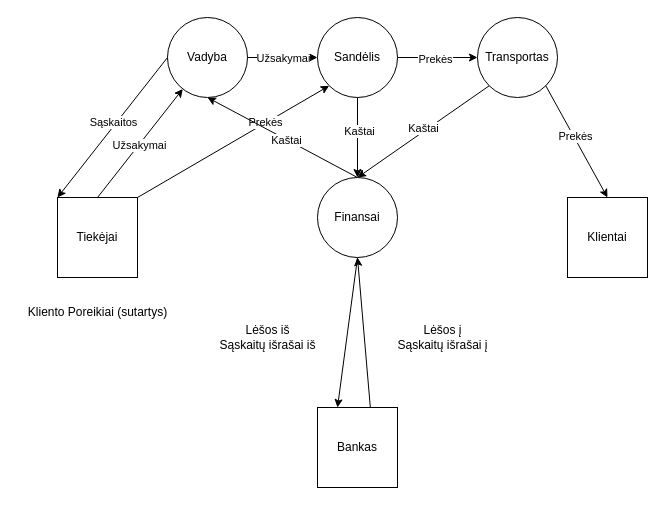
D0mazo/Studijos keeps this draw.io diagram as page "Nulinis Lygis" (2 of 4) of Untitled Diagram.drawio. Above is the earlier version. Source tidied: cells renumbered, new cells numbered last; positions are measured from the earlier drawing's top-left corner, leaving out a move shared by most shapes. Both pictures are drawn from the tidied source at 100%, with x=0, y=0 at pixel (17, 17).
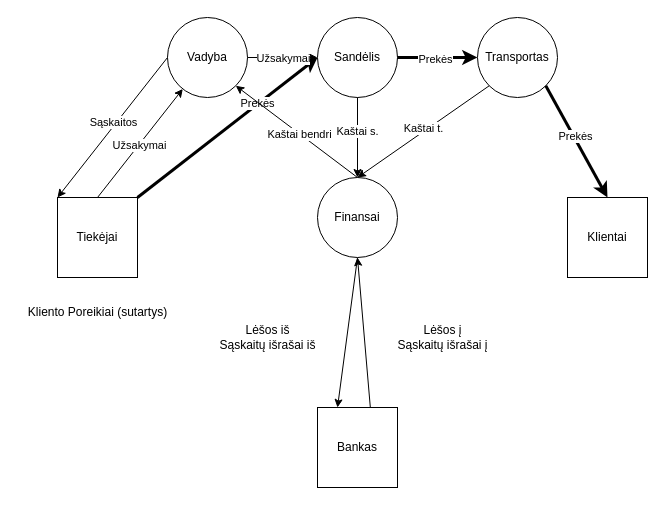
The same diagram, later.

Unchanged cells that the change refers to:
```xml
<mxCell id="2" value="Klientai" style="whiteSpace=wrap;html=1;" parent="1" vertex="1">
  <mxGeometry x="550" y="180" width="80" height="80" as="geometry" />
</mxCell>
<mxCell id="3" value="Tiekėjai" style="whiteSpace=wrap;html=1;" parent="1" vertex="1">
  <mxGeometry x="40" y="180" width="80" height="80" as="geometry" />
</mxCell>
<mxCell id="10" value="Vadyba" style="ellipse;whiteSpace=wrap;html=1;" parent="1" vertex="1">
  <mxGeometry x="150" width="80" height="80" as="geometry" />
</mxCell>
<mxCell id="13" value="Sandėlis" style="ellipse;whiteSpace=wrap;html=1;" parent="1" vertex="1">
  <mxGeometry x="300" width="80" height="80" as="geometry" />
</mxCell>
<mxCell id="16" value="Transportas" style="ellipse;whiteSpace=wrap;html=1;" parent="1" vertex="1">
  <mxGeometry x="460" width="80" height="80" as="geometry" />
</mxCell>
<mxCell id="25" value="Finansai" style="ellipse;whiteSpace=wrap;html=1;" parent="1" vertex="1">
  <mxGeometry x="300" y="160" width="80" height="80" as="geometry" />
</mxCell>
<mxCell id="26" style="endArrow=classic;html=1;rounded=0;exitX=0;exitY=1;exitDx=0;exitDy=0;entryX=0.5;entryY=0;entryDx=0;entryDy=0;" parent="1" edge="1" source="16" target="25">
  <mxGeometry relative="1" as="geometry" />
</mxCell>
<mxCell id="28" style="endArrow=classic;html=1;rounded=0;exitX=0.5;exitY=1;exitDx=0;exitDy=0;" parent="1" edge="1" source="13">
  <mxGeometry relative="1" as="geometry">
    <mxPoint x="340" y="160" as="targetPoint" />
  </mxGeometry>
</mxCell>
```

The edit, as a diff of the source:
```diff
@@
-    <mxCell id="14" style="endArrow=classic;html=1;rounded=0;exitX=1;exitY=0;exitDx=0;exitDy=0;entryX=0;entryY=1;entryDx=0;entryDy=0;" parent="1" edge="1" source="3" target="13">
+    <mxCell id="14" style="endArrow=classic;html=1;rounded=0;exitX=1;exitY=0;exitDx=0;exitDy=0;entryX=0;entryY=0.5;entryDx=0;entryDy=0;startSize=6;strokeWidth=3;" parent="1" edge="1" source="3" target="13">
       <mxGeometry relative="1" as="geometry" />
     </mxCell>
@@
-    <mxCell id="17" style="endArrow=classic;html=1;rounded=0;exitX=1;exitY=0.5;exitDx=0;exitDy=0;entryX=0;entryY=0.5;entryDx=0;entryDy=0;" parent="1" edge="1" source="13" target="16">
+    <mxCell id="17" style="endArrow=classic;html=1;rounded=0;exitX=1;exitY=0.5;exitDx=0;exitDy=0;entryX=0;entryY=0.5;entryDx=0;entryDy=0;strokeWidth=3;" parent="1" edge="1" source="13" target="16">
       <mxGeometry relative="1" as="geometry" />
     </mxCell>
@@
-    <mxCell id="19" style="endArrow=classic;html=1;rounded=0;exitX=1;exitY=1;exitDx=0;exitDy=0;entryX=0.5;entryY=0;entryDx=0;entryDy=0;" parent="1" edge="1" source="16" target="2">
+    <mxCell id="19" style="endArrow=classic;html=1;rounded=0;exitX=1;exitY=1;exitDx=0;exitDy=0;entryX=0.5;entryY=0;entryDx=0;entryDy=0;strokeWidth=3;" parent="1" edge="1" source="16" target="2">
       <mxGeometry relative="1" as="geometry" />
     </mxCell>
@@
-    <mxCell id="27" value="Kaštai" style="edgeLabel;html=1;align=center;verticalAlign=middle;" parent="26" vertex="1">
+    <mxCell id="27" value="Kaštai t." style="edgeLabel;html=1;align=center;verticalAlign=middle;" parent="26" vertex="1">
       <mxGeometry x="-0.01" y="-3" relative="1" as="geometry" />
     </mxCell>
@@
-    <mxCell id="29" value="Kaštai" style="edgeLabel;html=1;align=center;verticalAlign=middle;" parent="28" vertex="1">
-      <mxGeometry x="-0.18" y="1" relative="1" as="geometry" />
+    <mxCell id="29" value="Kaštai s." style="edgeLabel;html=1;align=center;verticalAlign=middle;" parent="28" vertex="1">
+      <mxGeometry x="-0.18" y="1" relative="1" as="geometry">
+        <mxPoint x="-2" as="offset" />
+      </mxGeometry>
     </mxCell>
-    <mxCell id="30" style="endArrow=classic;html=1;rounded=0;exitX=0.5;exitY=0;exitDx=0;exitDy=0;entryX=0.5;entryY=1;entryDx=0;entryDy=0;" parent="1" edge="1" source="25" target="10">
+    <mxCell id="30" style="endArrow=classic;html=1;rounded=0;exitX=0.5;exitY=0;exitDx=0;exitDy=0;entryX=1;entryY=1;entryDx=0;entryDy=0;" parent="1" edge="1" source="25" target="10">
       <mxGeometry relative="1" as="geometry" />
     </mxCell>
-    <mxCell id="31" value="Kaštai" style="edgeLabel;html=1;align=center;verticalAlign=middle;" parent="30" vertex="1">
+    <mxCell id="31" value="Kaštai bendri" style="edgeLabel;html=1;align=center;verticalAlign=middle;" parent="30" vertex="1">
       <mxGeometry x="-0.03" y="1" relative="1" as="geometry">
         <mxPoint x="1" as="offset" />
       </mxGeometry>
     </mxCell>
```
